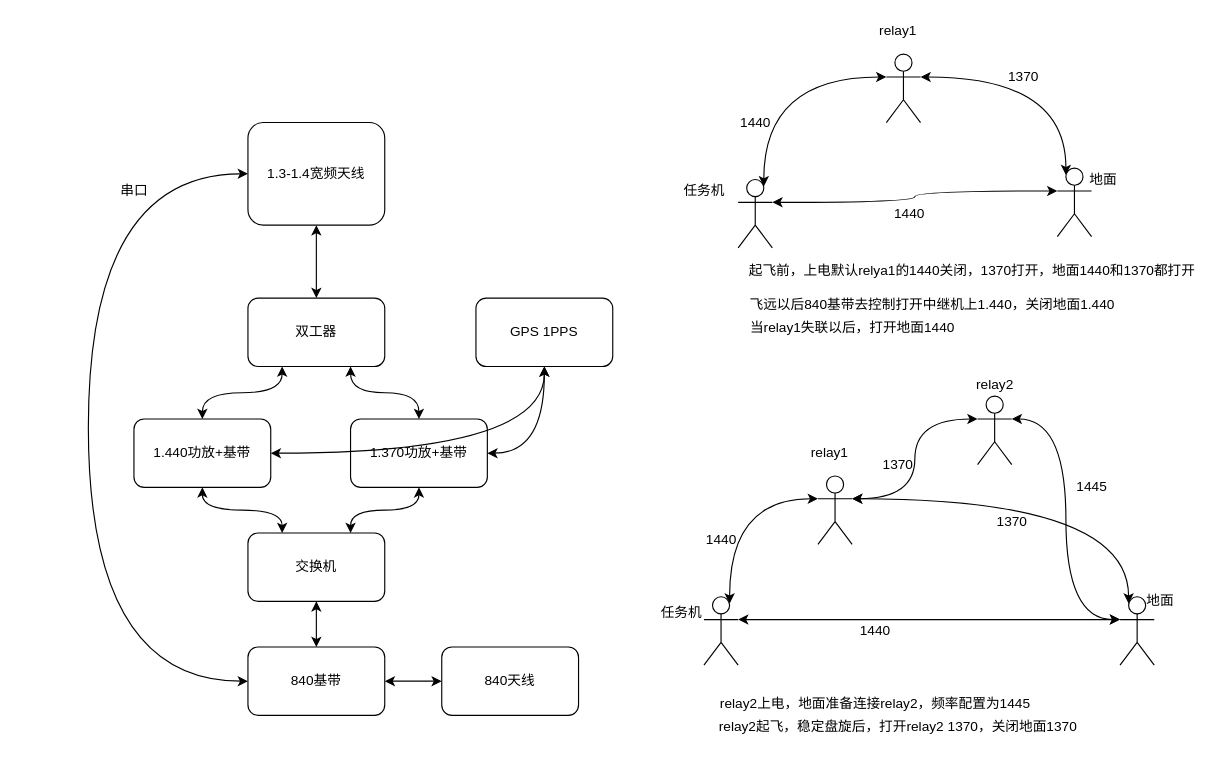
The draw.io diagram 双频跟踪天线.drawio in Momenttt/hellogithub, before the edit. Source tidied: cells renumbered, new cells numbered last; positions are measured from the earlier drawing's top-left corner, leaving out a move shared by most shapes. Both pictures are drawn from the tidied source at 114%, with x=0, y=0 at pixel (88, 19).
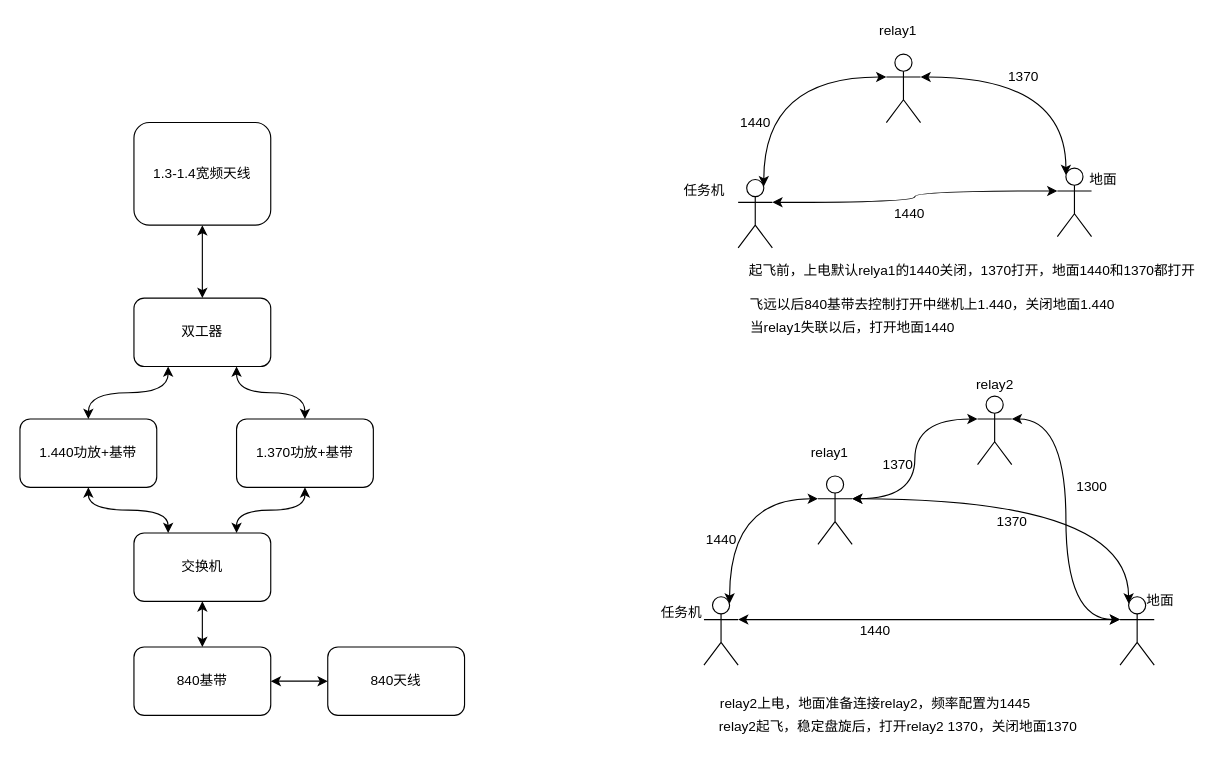
Above is the later version.

Commit message:
Update 双频跟踪天线.drawio

The edit, as a diff of the source:
```diff
@@
     <mxCell id="4" value="双工器" style="rounded=1;whiteSpace=wrap;html=1;" parent="1" vertex="1">
-      <mxGeometry x="140" y="244" width="120" height="60" as="geometry" />
+      <mxGeometry x="40" y="244" width="120" height="60" as="geometry" />
     </mxCell>
@@
     <mxCell id="6" value="1.440功放+基带" style="rounded=1;whiteSpace=wrap;html=1;" parent="1" vertex="1">
-      <mxGeometry x="40" y="350" width="120" height="60" as="geometry" />
+      <mxGeometry x="-60" y="350" width="120" height="60" as="geometry" />
     </mxCell>
@@
     <mxCell id="8" value="1.370功放+基带" style="rounded=1;whiteSpace=wrap;html=1;" parent="1" vertex="1">
-      <mxGeometry x="230" y="350" width="120" height="60" as="geometry" />
+      <mxGeometry x="130" y="350" width="120" height="60" as="geometry" />
     </mxCell>
@@
     <mxCell id="10" value="交换机" style="rounded=1;whiteSpace=wrap;html=1;" parent="1" vertex="1">
-      <mxGeometry x="140" y="450" width="120" height="60" as="geometry" />
+      <mxGeometry x="40" y="450" width="120" height="60" as="geometry" />
     </mxCell>
@@
-    <mxCell id="12" style="edgeStyle=orthogonalEdgeStyle;curved=1;jettySize=auto;html=1;exitX=0;exitY=0.5;exitDx=0;exitDy=0;startArrow=classic;startFill=1;entryX=0;entryY=0.5;entryDx=0;entryDy=0;" parent="1" edge="1" source="13" target="15">
-      <mxGeometry relative="1" as="geometry">
-        <Array as="points">
-          <mxPoint y="135" />
-          <mxPoint y="580" />
-        </Array>
-      </mxGeometry>
-    </mxCell>
     <mxCell id="13" value="1.3-1.4宽频天线" style="rounded=1;whiteSpace=wrap;html=1;" parent="1" vertex="1">
-      <mxGeometry x="140" y="90" width="120" height="90" as="geometry" />
+      <mxGeometry x="40" y="90" width="120" height="90" as="geometry" />
     </mxCell>
@@
     <mxCell id="15" value="840基带" style="rounded=1;whiteSpace=wrap;html=1;" parent="1" vertex="1">
-      <mxGeometry x="140" y="550" width="120" height="60" as="geometry" />
+      <mxGeometry x="40" y="550" width="120" height="60" as="geometry" />
     </mxCell>
-    <mxCell id="16" style="edgeStyle=orthogonalEdgeStyle;curved=1;jettySize=auto;html=1;exitX=0.5;exitY=1;exitDx=0;exitDy=0;entryX=1;entryY=0.5;entryDx=0;entryDy=0;startArrow=classic;startFill=1;" parent="1" edge="1" source="18" target="6">
-      <mxGeometry relative="1" as="geometry" />
-    </mxCell>
-    <mxCell id="17" style="edgeStyle=orthogonalEdgeStyle;curved=1;jettySize=auto;html=1;exitX=0.5;exitY=1;exitDx=0;exitDy=0;entryX=1;entryY=0.5;entryDx=0;entryDy=0;startArrow=classic;startFill=1;" parent="1" edge="1" source="18" target="8">
-      <mxGeometry relative="1" as="geometry" />
-    </mxCell>
-    <mxCell id="18" value="GPS 1PPS" style="rounded=1;whiteSpace=wrap;html=1;" parent="1" vertex="1">
-      <mxGeometry x="340" y="244" width="120" height="60" as="geometry" />
-    </mxCell>
     <mxCell id="19" value="840天线" style="rounded=1;whiteSpace=wrap;html=1;" parent="1" vertex="1">
-      <mxGeometry x="310" y="550" width="120" height="60" as="geometry" />
+      <mxGeometry x="210" y="550" width="120" height="60" as="geometry" />
     </mxCell>
-    <mxCell id="20" value="串口" style="text;html=1;align=center;verticalAlign=middle;" parent="1" vertex="1">
-      <mxGeometry x="20" y="140" width="40" height="20" as="geometry" />
-    </mxCell>
@@
-    <mxCell id="49" value="1445" style="text;html=1;align=center;verticalAlign=middle;" parent="1" vertex="1">
+    <mxCell id="49" value="1300" style="text;html=1;align=center;verticalAlign=middle;" parent="1" vertex="1">
       <mxGeometry x="860" y="400" width="40" height="20" as="geometry" />
     </mxCell>
```
